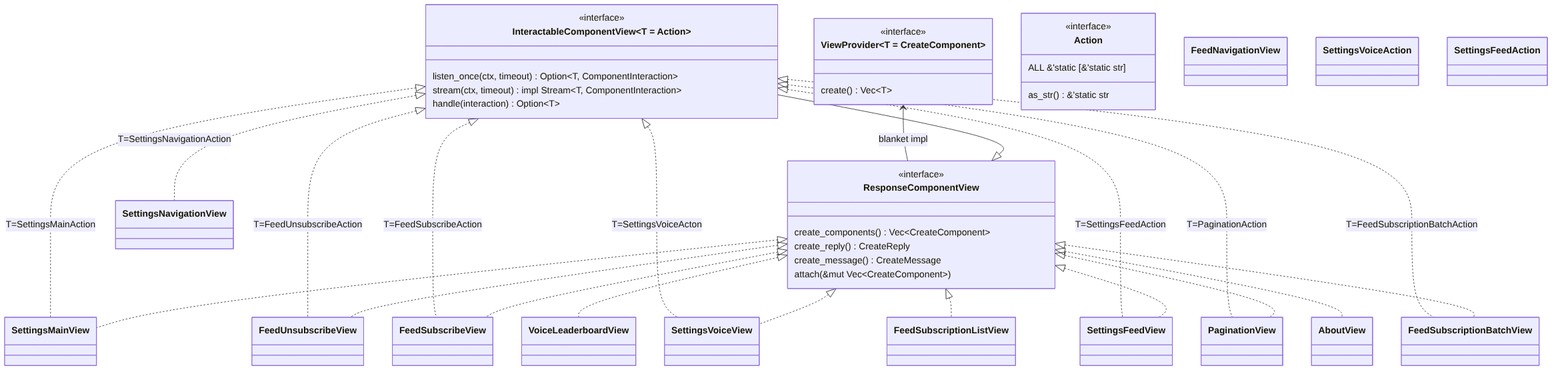
This is docs/diagrams/architecture-view-uml.png from FAZuH/pwr-bot, a Mermaid export, as it was before one commit. Its source is kept beside it as docs/diagrams/architecture-view-uml.mmd. Its diagram source:
```mermaid
classDiagram
    class ResponseComponentView {
        <<interface>>
        create_components() Vec~CreateComponent~
        create_reply() CreateReply
        create_message() CreateMessage
        attach(&mut Vec~CreateComponent~)
    }

    class ViewProvider~T = CreateComponent~ {
        <<interface>>
        create() Vec~T~
    }

    class InteractableComponentView~T = Action~ {
        <<interface>>
        listen_once(ctx, timeout) Option~T, ComponentInteraction~
        stream(ctx, timeout) impl Stream~T, ComponentInteraction~
        handle(interaction) Option~T~
    }

    class Action {
        <<interface>>
        ALL &'static [&'static str]
        as_str() &'static str
    }

    ViewProvider <-- ResponseComponentView : blanket impl
    InteractableComponentView --|> ResponseComponentView

    class AboutView
    class FeedNavigationView
    class FeedSubscribeView
    class FeedSubscriptionBatchView
    class FeedSubscriptionListView
    class FeedUnsubscribeView
    class PaginationView
    class SettingsFeedView
    class SettingsMainView
    class SettingsNavigationView
    class SettingsVoiceView
    class VoiceLeaderboardView

    class SettingsVoiceAction
    class SettingsFeedAction

    InteractableComponentView <|.. FeedSubscriptionBatchView : T=FeedSubscriptionBatchAction
    InteractableComponentView <|.. PaginationView : T=PaginationAction
    InteractableComponentView <|.. SettingsFeedView : T=SettingsFeedAction
    InteractableComponentView <|.. SettingsVoiceView : T=SettingsVoiceActon

    ResponseComponentView <|.. AboutView
    ResponseComponentView <|.. FeedSubscriptionBatchView
    ResponseComponentView <|.. FeedSubscriptionListView
    ResponseComponentView <|.. PaginationView
    ResponseComponentView <|.. SettingsFeedView
    ResponseComponentView <|.. SettingsVoiceView
    ResponseComponentView <|.. VoiceLeaderboardView

    InteractableComponentView <|.. SettingsNavigationView : T=SettingsNavigationAction
    InteractableComponentView <|.. FeedSubscribeView : T=FeedSubscribeAction
    InteractableComponentView <|.. FeedUnsubscribeView : T=FeedUnsubscribeAction
    InteractableComponentView <|.. SettingsMainView : T=SettingsMainAction

    ResponseComponentView <|.. FeedSubscribeView
    ResponseComponentView <|.. FeedUnsubscribeView
    ResponseComponentView <|.. SettingsMainView
```
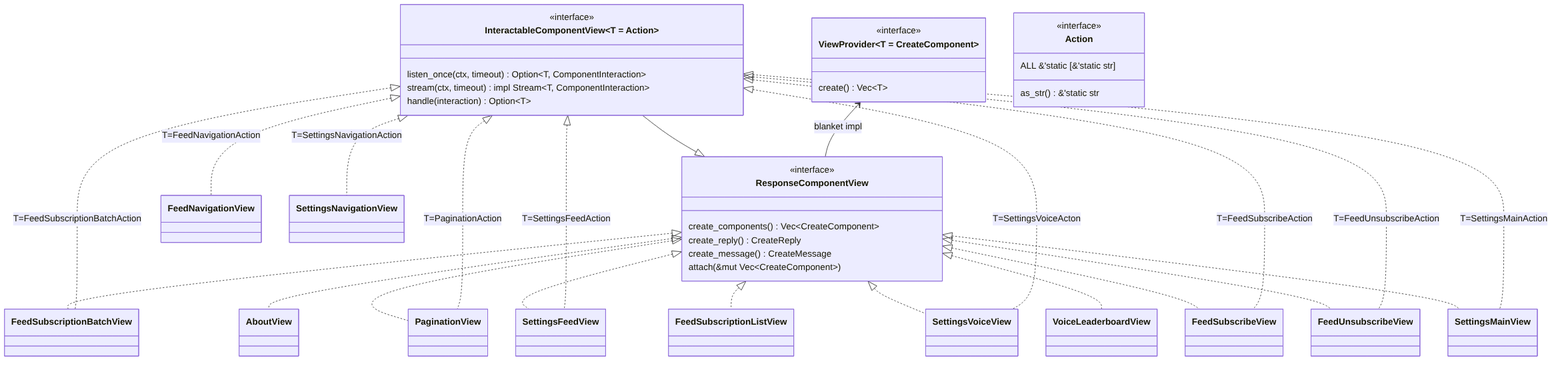
The same file after the commit.

Commit message:
refactor(bot): Refactor and improve view action architecture

What changed in the source:
```diff
@@ -41,9 +41,6 @@
     class SettingsVoiceView
     class VoiceLeaderboardView
 
-    class SettingsVoiceAction
-    class SettingsFeedAction
-
     InteractableComponentView <|.. FeedSubscriptionBatchView : T=FeedSubscriptionBatchAction
     InteractableComponentView <|.. PaginationView : T=PaginationAction
     InteractableComponentView <|.. SettingsFeedView : T=SettingsFeedAction
@@ -57,10 +54,11 @@
     ResponseComponentView <|.. SettingsVoiceView
     ResponseComponentView <|.. VoiceLeaderboardView
 
-    InteractableComponentView <|.. SettingsNavigationView : T=SettingsNavigationAction
+    InteractableComponentView <|.. FeedNavigationView : T=FeedNavigationAction
     InteractableComponentView <|.. FeedSubscribeView : T=FeedSubscribeAction
     InteractableComponentView <|.. FeedUnsubscribeView : T=FeedUnsubscribeAction
     InteractableComponentView <|.. SettingsMainView : T=SettingsMainAction
+    InteractableComponentView <|.. SettingsNavigationView : T=SettingsNavigationAction
 
     ResponseComponentView <|.. FeedSubscribeView
     ResponseComponentView <|.. FeedUnsubscribeView
```
